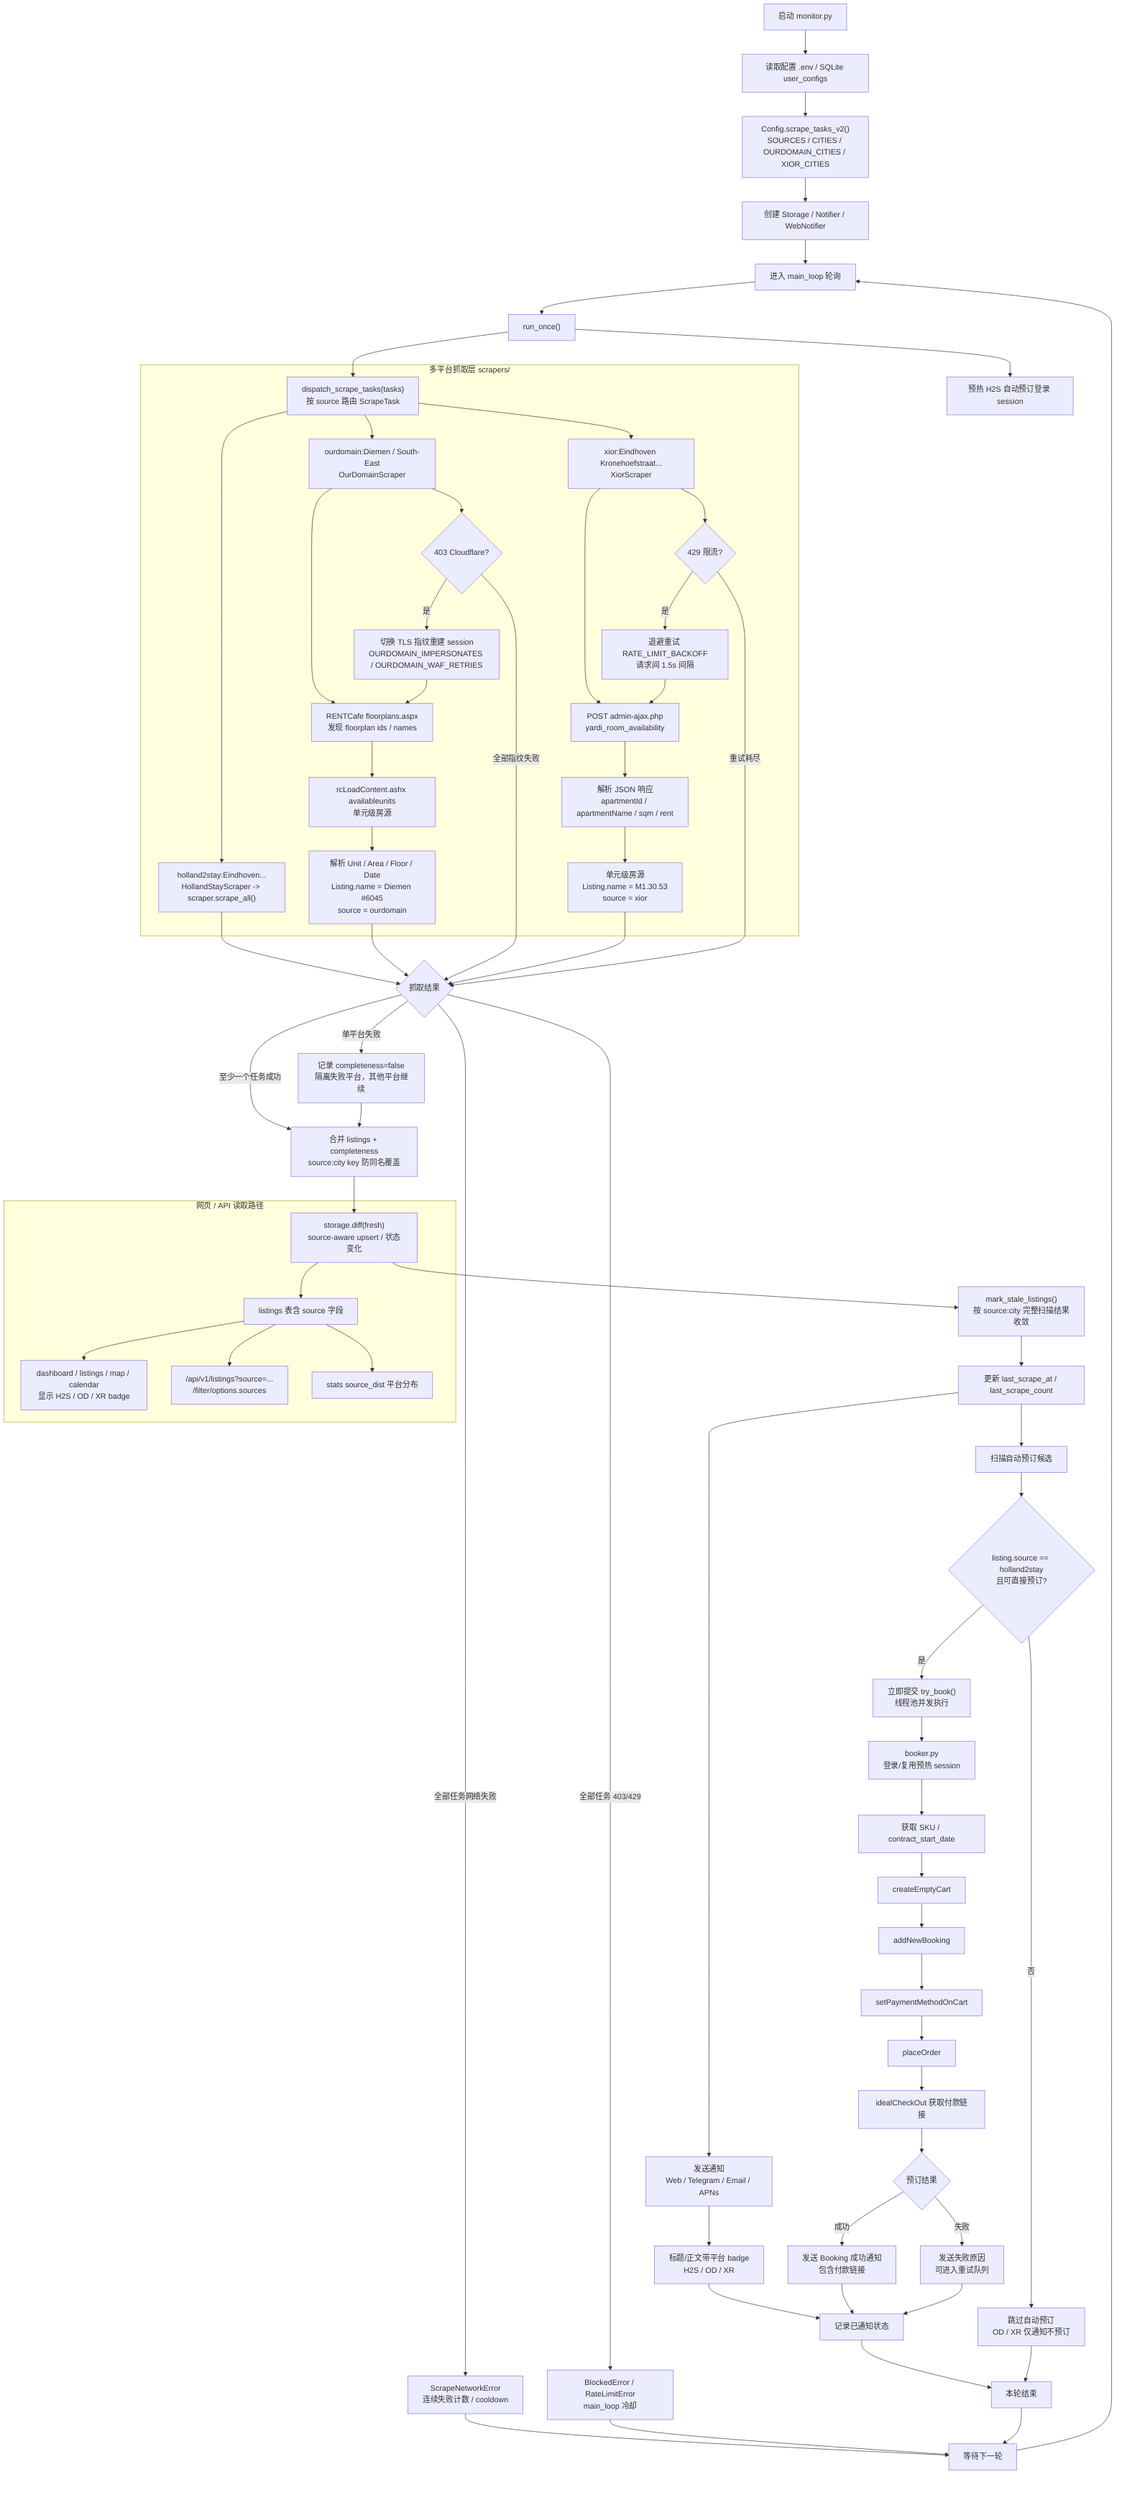
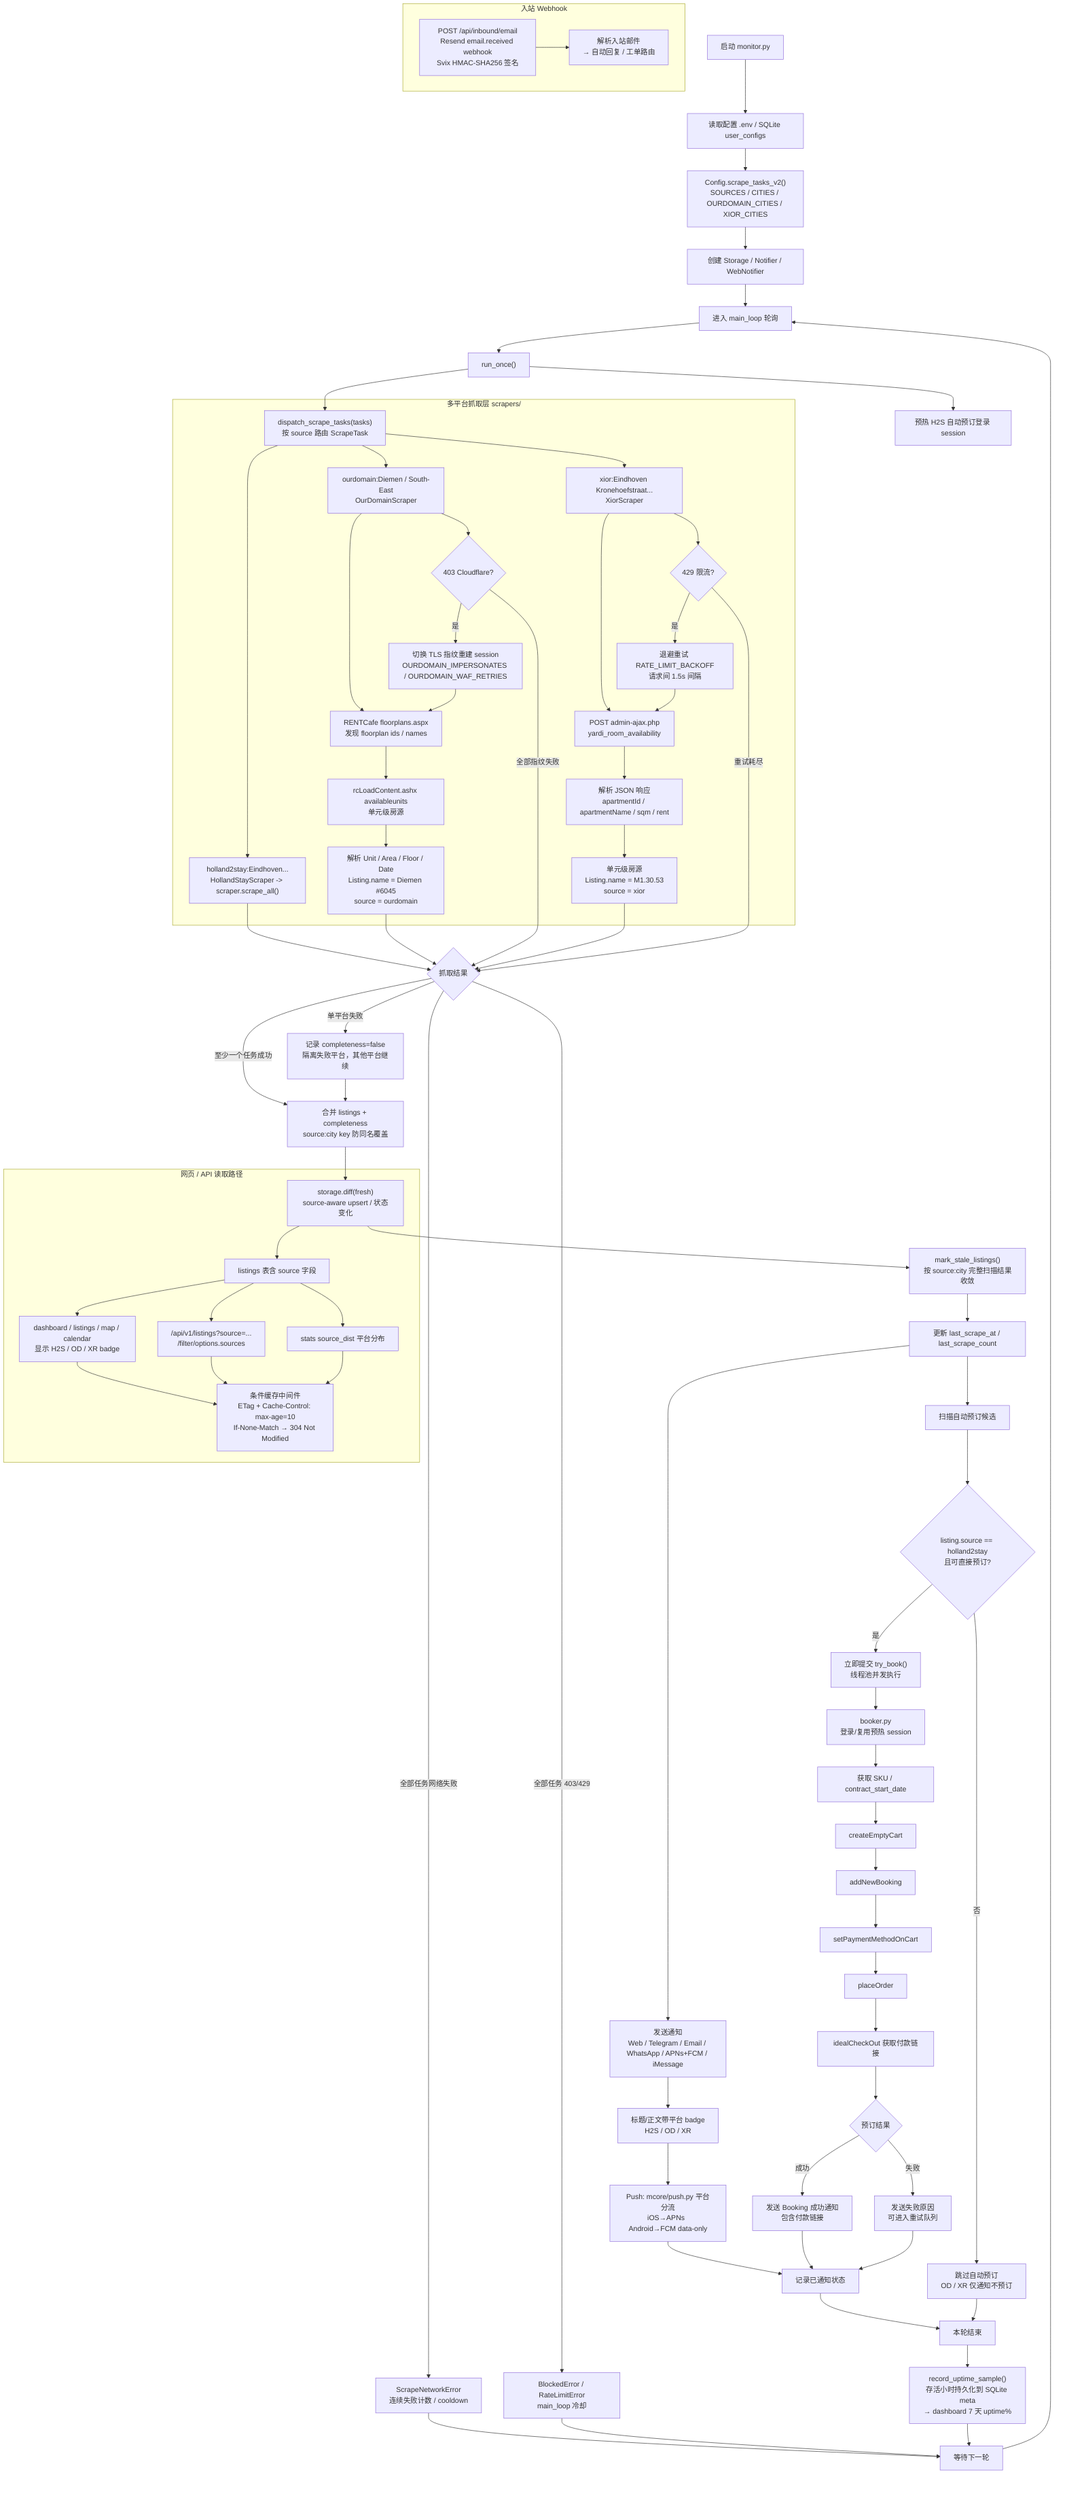
flowchart TD
    A["启动 monitor.py"] --> B["读取配置 .env / SQLite user_configs"]
    B --> B1["Config.scrape_tasks_v2()\nSOURCES / CITIES / OURDOMAIN_CITIES / XIOR_CITIES"]
    B1 --> C["创建 Storage / Notifier / WebNotifier"]
    C --> D["进入 main_loop 轮询"]

    D --> E["run_once()"]
    E --> F["预热 H2S 自动预订登录 session"]
    E --> G["dispatch_scrape_tasks(tasks)\n按 source 路由 ScrapeTask"]

    subgraph S["多平台抓取层 scrapers/"]
        G --> H1["holland2stay:Eindhoven...\nHollandStayScraper -> scraper.scrape_all()"]
        G --> H2["ourdomain:Diemen / South-East\nOurDomainScraper"]
        H2 --> H21["RENTCafe floorplans.aspx\n发现 floorplan ids / names"]
        H21 --> H22["rcLoadContent.ashx availableunits\n单元级房源"]
        H22 --> H23["解析 Unit / Area / Floor / Date\nListing.name = Diemen #6045\nsource = ourdomain"]
        H2 --> H24{"403 Cloudflare?"}
        H24 -->|是| H25["切换 TLS 指纹重建 session\nOURDOMAIN_IMPERSONATES / OURDOMAIN_WAF_RETRIES"]
        H25 --> H21

        G --> H3["xior:Eindhoven Kronehoefstraat...\nXiorScraper"]
        H3 --> H31["POST admin-ajax.php\nyardi_room_availability"]
        H31 --> H32["解析 JSON 响应\napartmentId / apartmentName / sqm / rent"]
        H32 --> H33["单元级房源\nListing.name = M1.30.53\nsource = xior"]
        H3 --> H34{"429 限流?"}
        H34 -->|是| H35["退避重试 RATE_LIMIT_BACKOFF\n请求间 1.5s 间隔"]
        H35 --> H31
    end

    H1 --> I{"抓取结果"}
    H23 --> I
    H24 -->|全部指纹失败| I
    H33 --> I
    H34 -->|重试耗尽| I

    I -->|至少一个任务成功| J["合并 listings + completeness\nsource:city key 防同名覆盖"]
    I -->|全部任务网络失败| K["ScrapeNetworkError\n连续失败计数 / cooldown"]
    I -->|全部任务 403/429| L["BlockedError / RateLimitError\nmain_loop 冷却"]
    I -->|单平台失败| M["记录 completeness=false\n隔离失败平台，其他平台继续"]

    M --> J
    J --> N["storage.diff(fresh)\nsource-aware upsert / 状态变化"]
    N --> O["mark_stale_listings()\n按 source:city 完整扫描结果收敛"]
    O --> P["更新 last_scrape_at / last_scrape_count"]

-     P --> Q["发送通知\nWeb / Telegram / Email / APNs"]
+     P --> Q["发送通知\nWeb / Telegram / Email / WhatsApp / APNs+FCM / iMessage"]
    Q --> Q1["标题/正文带平台 badge\nH2S / OD / XR"]
-     Q1 --> R["记录已通知状态"]
+     Q1 --> Q2["Push: mcore/push.py 平台分流\niOS→APNs  Android→FCM data-only"]
+     Q2 --> R["记录已通知状态"]

    P --> T["扫描自动预订候选"]
    T --> U{"listing.source == holland2stay\n且可直接预订?"}
    U -->|是| V["立即提交 try_book()\n线程池并发执行"]
    U -->|否| W["跳过自动预订\nOD / XR 仅通知不预订"]

    V --> X["booker.py\n登录/复用预热 session"]
    X --> Y["获取 SKU / contract_start_date"]
    Y --> Z["createEmptyCart"]
    Z --> AA["addNewBooking"]
    AA --> AB["setPaymentMethodOnCart"]
    AB --> AC["placeOrder"]
    AC --> AD["idealCheckOut 获取付款链接"]

    AD --> AE{"预订结果"}
    AE -->|成功| AF["发送 Booking 成功通知\n包含付款链接"]
    AE -->|失败| AG["发送失败原因\n可进入重试队列"]
    AF --> R
    AG --> R

    R --> AH["本轮结束"]
    W --> AH
    K --> AI["等待下一轮"]
    L --> AI
-     AH --> AI
+     AH --> AH1["record_uptime_sample()\n存活小时持久化到 SQLite meta\n→ dashboard 7 天 uptime%"]
+     AH1 --> AI
    AI --> D

    subgraph WEB["网页 / API 读取路径"]
        N --> WEB1["listings 表含 source 字段"]
        WEB1 --> WEB2["dashboard / listings / map / calendar\n显示 H2S / OD / XR badge"]
        WEB1 --> WEB3["/api/v1/listings?source=...\n/filter/options.sources"]
        WEB1 --> WEB4["stats source_dist 平台分布"]
+         WEB2 --> WEB5["条件缓存中间件\nETag + Cache-Control: max-age=10\nIf-None-Match → 304 Not Modified"]
+         WEB3 --> WEB5
+         WEB4 --> WEB5
    end
+ 
+     subgraph INBOUND["入站 Webhook"]
+         IW1["POST /api/inbound/email\nResend email.received webhook\nSvix HMAC-SHA256 签名"] --> IW2["解析入站邮件\n→ 自动回复 / 工单路由"]
+     end
